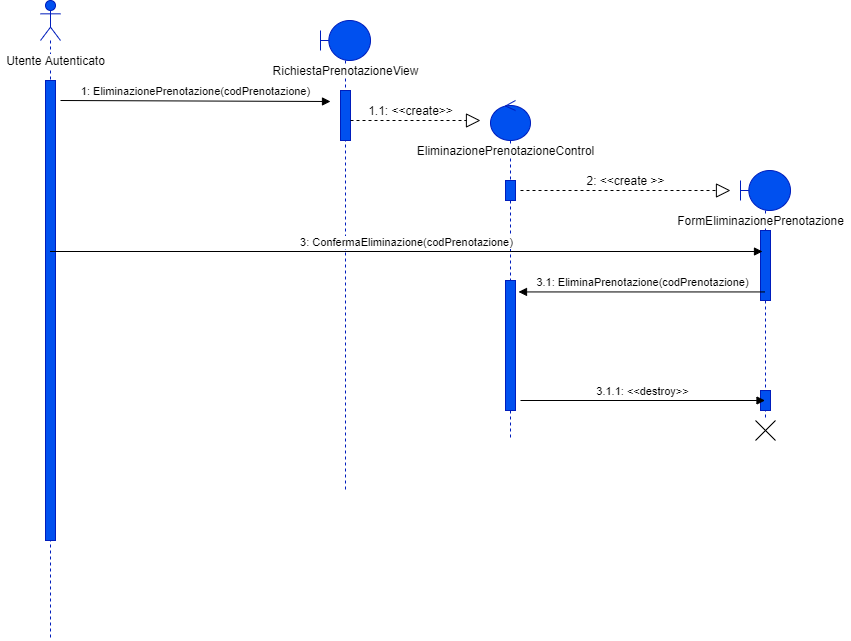
Before: Documenti/Sequence Diagram/Eliminazione Prenotazione/SD EliminazionePrenotazione.png, a diagram exported from draw.io (Givaa/MedQueue). Source tidied: cells renumbered, new cells last; positions are measured from the earlier drawing's top-left corner, leaving out a move shared by most shapes.
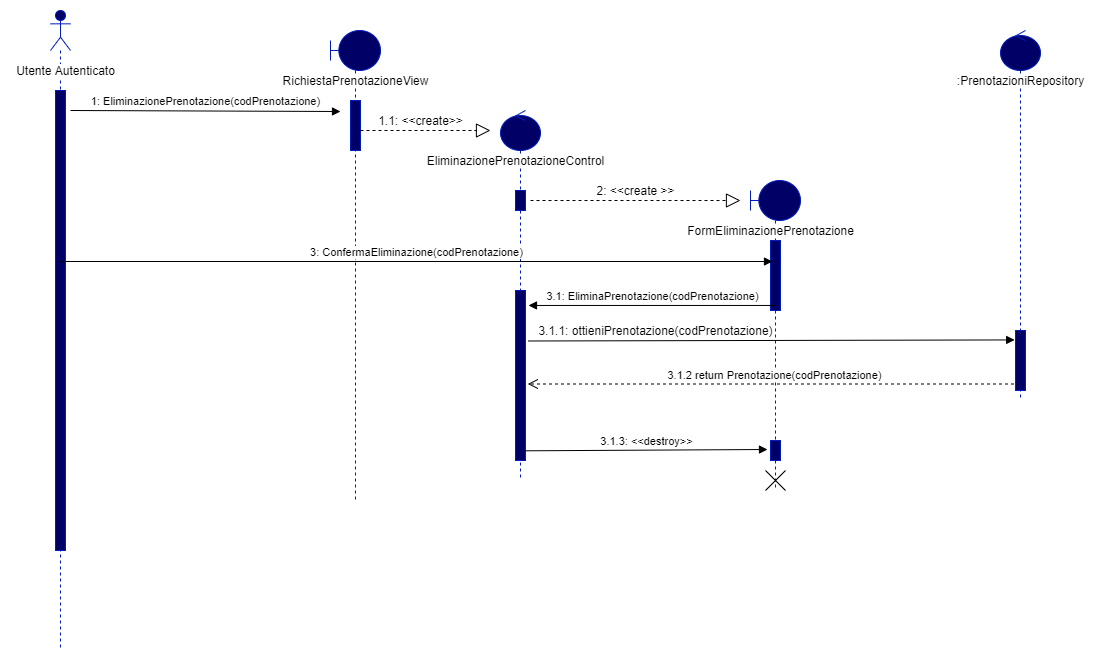
Above is the later version.

Diff of the diagram source:
```diff
@@ -2,10 +2,10 @@
   <root>
     <mxCell id="0" />
     <mxCell id="1" parent="0" />
-    <mxCell id="2" style="shape=umlLifeline;participant=umlActor;perimeter=lifelinePerimeter;whiteSpace=wrap;html=1;verticalAlign=top;spacingTop=36;outlineConnect=0;fillColor=#0050ef;strokeColor=#001DBC;fontColor=#ffffff;size=40;" parent="1" vertex="1">
+    <mxCell id="2" style="shape=umlLifeline;participant=umlActor;perimeter=lifelinePerimeter;whiteSpace=wrap;html=1;verticalAlign=top;spacingTop=36;outlineConnect=0;strokeColor=#001DBC;fontColor=#ffffff;size=40;fillColor=#000066;" parent="1" vertex="1">
       <mxGeometry x="40" width="20" height="640" as="geometry" />
     </mxCell>
-    <mxCell id="3" style="html=1;perimeter=orthogonalPerimeter;fillColor=#0050ef;strokeColor=#001DBC;fontColor=#ffffff;" parent="2" vertex="1">
+    <mxCell id="3" style="html=1;perimeter=orthogonalPerimeter;strokeColor=#001DBC;fontColor=#ffffff;fillColor=#000066;" parent="2" vertex="1">
       <mxGeometry x="5" y="80" width="10" height="460" as="geometry" />
     </mxCell>
     <mxCell id="4" value="&lt;span style=&quot;background-color: rgb(255 , 255 , 255)&quot;&gt;Utente Autenticato&lt;/span&gt;" style="text;html=1;align=center;verticalAlign=middle;" parent="1" vertex="1">
@@ -17,10 +17,10 @@
         <mxPoint x="330" y="101" as="targetPoint" />
       </mxGeometry>
     </mxCell>
-    <mxCell id="6" style="shape=umlLifeline;participant=umlBoundary;perimeter=lifelinePerimeter;whiteSpace=wrap;html=1;verticalAlign=top;spacingTop=36;fillColor=#0050ef;strokeColor=#001DBC;fontColor=#ffffff;" parent="1" vertex="1">
+    <mxCell id="6" style="shape=umlLifeline;participant=umlBoundary;perimeter=lifelinePerimeter;whiteSpace=wrap;html=1;verticalAlign=top;spacingTop=36;strokeColor=#001DBC;fontColor=#ffffff;fillColor=#000066;" parent="1" vertex="1">
       <mxGeometry x="320" y="20" width="50" height="470" as="geometry" />
     </mxCell>
-    <mxCell id="7" style="html=1;perimeter=orthogonalPerimeter;fillColor=#0050ef;strokeColor=#001DBC;fontColor=#ffffff;" parent="6" vertex="1">
+    <mxCell id="7" style="html=1;perimeter=orthogonalPerimeter;strokeColor=#001DBC;fontColor=#ffffff;fillColor=#000066;" parent="6" vertex="1">
       <mxGeometry x="20" y="70" width="10" height="50" as="geometry" />
     </mxCell>
     <mxCell id="8" value="&lt;span style=&quot;background-color: rgb(255 , 255 , 255)&quot;&gt;RichiestaPrenotazioneView&lt;/span&gt;" style="text;html=1;align=center;verticalAlign=middle;" parent="1" vertex="1">
@@ -35,14 +35,14 @@
     <mxCell id="10" value="1.1: &amp;lt;&amp;lt;create&amp;gt;&amp;gt;" style="text;html=1;align=center;verticalAlign=middle;" parent="1" vertex="1">
       <mxGeometry x="360" y="100" width="100" height="20" as="geometry" />
     </mxCell>
-    <mxCell id="11" style="shape=umlLifeline;participant=umlControl;perimeter=lifelinePerimeter;whiteSpace=wrap;html=1;verticalAlign=top;spacingTop=36;fillColor=#0050ef;strokeColor=#001DBC;fontColor=#ffffff;" parent="1" vertex="1">
-      <mxGeometry x="490" y="100" width="40" height="340" as="geometry" />
+    <mxCell id="11" style="shape=umlLifeline;participant=umlControl;perimeter=lifelinePerimeter;whiteSpace=wrap;html=1;verticalAlign=top;spacingTop=36;strokeColor=#001DBC;fontColor=#ffffff;fillColor=#000066;" parent="1" vertex="1">
+      <mxGeometry x="490" y="100" width="40" height="370" as="geometry" />
     </mxCell>
-    <mxCell id="12" style="html=1;perimeter=orthogonalPerimeter;fillColor=#0050ef;strokeColor=#001DBC;fontColor=#ffffff;" parent="11" vertex="1">
+    <mxCell id="12" style="html=1;perimeter=orthogonalPerimeter;strokeColor=#001DBC;fontColor=#ffffff;fillColor=#000066;" parent="11" vertex="1">
       <mxGeometry x="15" y="80" width="10" height="20" as="geometry" />
     </mxCell>
-    <mxCell id="13" style="html=1;points=[];perimeter=orthogonalPerimeter;fillColor=#0050ef;strokeColor=#001DBC;fontColor=#ffffff;" parent="11" vertex="1">
-      <mxGeometry x="15" y="180" width="10" height="130" as="geometry" />
+    <mxCell id="13" style="html=1;points=[];perimeter=orthogonalPerimeter;strokeColor=#001DBC;fontColor=#ffffff;fillColor=#000066;" parent="11" vertex="1">
+      <mxGeometry x="15" y="180" width="10" height="170" as="geometry" />
     </mxCell>
     <mxCell id="14" value="&lt;span style=&quot;background-color: rgb(255 , 255 , 255)&quot;&gt;EliminazionePrenotazioneControl&lt;/span&gt;" style="text;html=1;align=center;verticalAlign=middle;" parent="1" vertex="1">
       <mxGeometry x="410" y="140" width="190" height="20" as="geometry" />
@@ -56,15 +56,12 @@
     <mxCell id="16" value="2: &amp;lt;&amp;lt;create &amp;gt;&amp;gt;" style="text;html=1;align=center;verticalAlign=middle;" parent="1" vertex="1">
       <mxGeometry x="580" y="170" width="90" height="20" as="geometry" />
     </mxCell>
-    <mxCell id="17" style="shape=umlLifeline;participant=umlBoundary;perimeter=lifelinePerimeter;whiteSpace=wrap;html=1;verticalAlign=top;spacingTop=36;outlineConnect=0;fillColor=#0050ef;strokeColor=#001DBC;fontColor=#ffffff;" parent="1" vertex="1">
-      <mxGeometry x="740" y="170" width="50" height="250" as="geometry" />
+    <mxCell id="17" style="shape=umlLifeline;participant=umlBoundary;perimeter=lifelinePerimeter;whiteSpace=wrap;html=1;verticalAlign=top;spacingTop=36;outlineConnect=0;strokeColor=#001DBC;fontColor=#ffffff;fillColor=#000066;" parent="1" vertex="1">
+      <mxGeometry x="740" y="170" width="50" height="310" as="geometry" />
     </mxCell>
-    <mxCell id="18" style="html=1;points=[];perimeter=orthogonalPerimeter;fillColor=#0050ef;strokeColor=#001DBC;fontColor=#ffffff;" parent="17" vertex="1">
+    <mxCell id="18" style="html=1;points=[];perimeter=orthogonalPerimeter;strokeColor=#001DBC;fontColor=#ffffff;fillColor=#000066;" parent="17" vertex="1">
       <mxGeometry x="20" y="60" width="10" height="70" as="geometry" />
     </mxCell>
-    <mxCell id="19" style="html=1;perimeter=orthogonalPerimeter;fillColor=#0050ef;strokeColor=#001DBC;fontColor=#ffffff;" parent="17" vertex="1">
-      <mxGeometry x="20" y="220" width="10" height="20" as="geometry" />
-    </mxCell>
     <mxCell id="20" value="&lt;span style=&quot;background-color: rgb(255 , 255 , 255)&quot;&gt;FormEliminazionePrenotazione&lt;/span&gt;" style="text;html=1;align=center;verticalAlign=middle;" parent="1" vertex="1">
       <mxGeometry x="670" y="210" width="180" height="20" as="geometry" />
     </mxCell>
@@ -74,13 +71,34 @@
     <mxCell id="22" value="3.1: EliminaPrenotazione(codPrenotazione)" style="html=1;verticalAlign=bottom;endArrow=block;entryX=1.3;entryY=0.088;entryDx=0;entryDy=0;entryPerimeter=0;" parent="1" edge="1" source="17" target="13">
       <mxGeometry relative="1" as="geometry" />
     </mxCell>
+    <mxCell id="25" style="html=1;verticalAlign=bottom;endArrow=block;exitX=1.286;exitY=0.297;exitDx=0;exitDy=0;exitPerimeter=0;entryX=-0.086;entryY=0.157;entryDx=0;entryDy=0;entryPerimeter=0;" parent="1" edge="1" source="13" target="28">
+      <mxGeometry relative="1" as="geometry" />
+    </mxCell>
+    <mxCell id="26" value="3.1.1: ottieniPrenotazione(codPrenotazione)" style="text;html=1;align=center;verticalAlign=middle;" parent="1" vertex="1">
+      <mxGeometry x="520" y="310" width="250" height="20" as="geometry" />
+    </mxCell>
+    <mxCell id="19" style="html=1;perimeter=orthogonalPerimeter;strokeColor=#001DBC;fontColor=#ffffff;fillColor=#000066;" parent="1" vertex="1">
+      <mxGeometry x="760" y="430" width="10" height="20" as="geometry" />
+    </mxCell>
-    <mxCell id="23" value="3.1.1: &amp;lt;&amp;lt;destroy&amp;gt;&amp;gt;" style="html=1;verticalAlign=bottom;endArrow=block;" parent="1" edge="1" target="17">
+    <mxCell id="23" value="3.1.3: &amp;lt;&amp;lt;destroy&amp;gt;&amp;gt;" style="html=1;verticalAlign=bottom;endArrow=block;exitX=0.886;exitY=0.943;exitDx=0;exitDy=0;exitPerimeter=0;" parent="1" edge="1" source="13">
       <mxGeometry relative="1" as="geometry">
-        <mxPoint x="520" y="400" as="sourcePoint" />
+        <mxPoint x="757" y="439" as="targetPoint" />
       </mxGeometry>
     </mxCell>
     <mxCell id="24" style="shape=umlDestroy;" parent="1" vertex="1">
-      <mxGeometry x="755" y="420" width="20" height="20" as="geometry" />
+      <mxGeometry x="755" y="460" width="20" height="20" as="geometry" />
     </mxCell>
+    <mxCell id="27" style="shape=umlLifeline;participant=umlControl;perimeter=lifelinePerimeter;whiteSpace=wrap;html=1;verticalAlign=top;spacingTop=36;outlineConnect=0;strokeColor=#001DBC;fontColor=#ffffff;fillColor=#000066;" parent="1" vertex="1">
+      <mxGeometry x="990" y="20" width="40" height="370" as="geometry" />
+    </mxCell>
+    <mxCell id="28" style="html=1;points=[];perimeter=orthogonalPerimeter;strokeColor=#001DBC;fontColor=#ffffff;fillColor=#000066;" parent="27" vertex="1">
+      <mxGeometry x="15" y="300" width="10" height="60" as="geometry" />
+    </mxCell>
+    <mxCell id="29" value="&lt;span style=&quot;background-color: rgb(255 , 255 , 255)&quot;&gt;:PrenotazioniRepository&lt;/span&gt;" style="text;html=1;align=center;verticalAlign=middle;" parent="1" vertex="1">
+      <mxGeometry x="940" y="60" width="140" height="20" as="geometry" />
+    </mxCell>
+    <mxCell id="30" value="3.1.2 return Prenotazione(codPrenotazione)" style="html=1;verticalAlign=bottom;endArrow=open;dashed=1;endSize=8;entryX=1.229;entryY=0.55;entryDx=0;entryDy=0;entryPerimeter=0;" parent="1" edge="1" source="27" target="13">
+      <mxGeometry relative="1" as="geometry" />
+    </mxCell>
   </root>
 </mxGraphModel>
```
